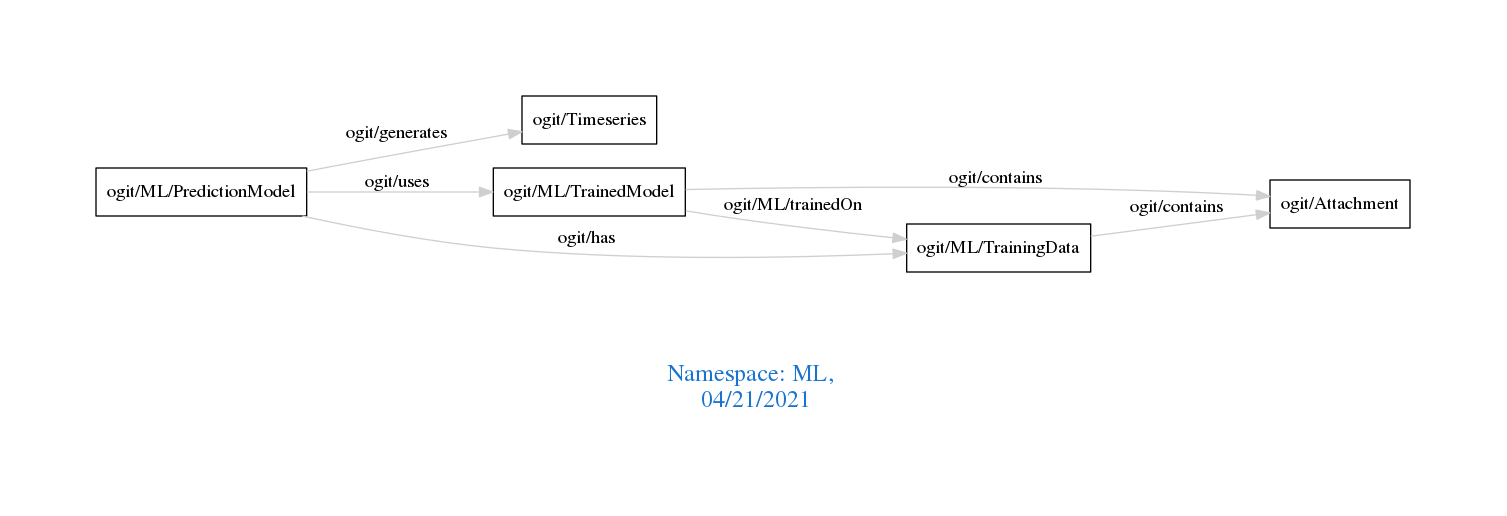
This is downloads/ML.png from arago/OGIT, a Graphviz export, as it was before one commit. Its source is kept beside it as downloads/ML.dot.
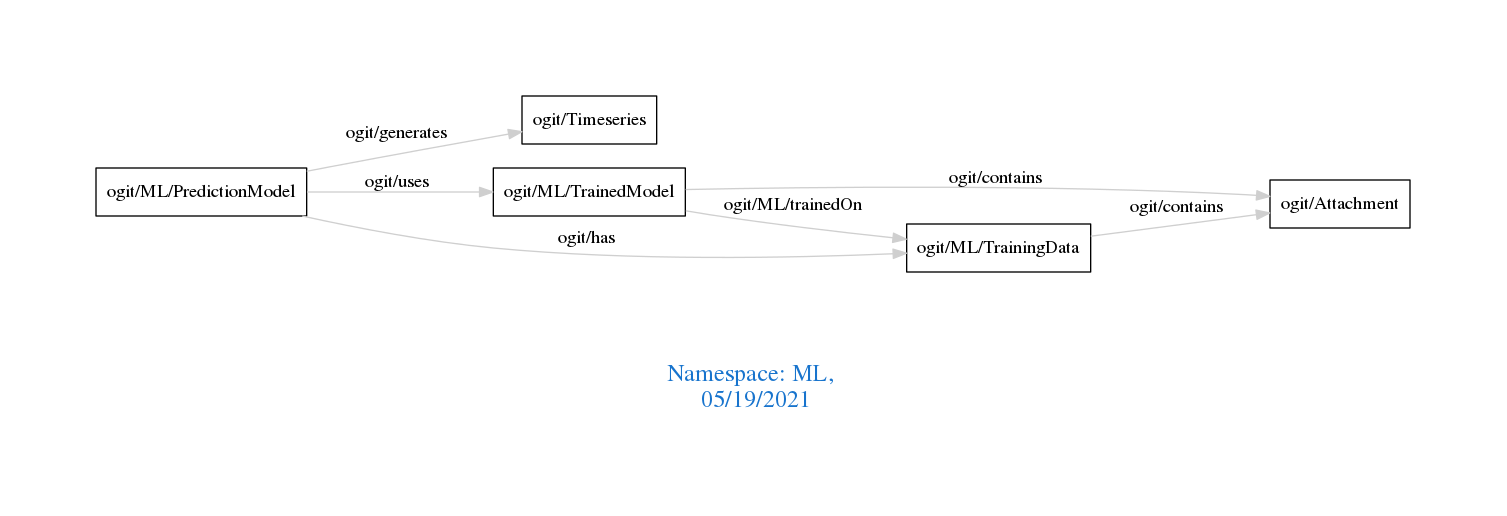
Above is the later version.

Change to the diagram source:
```diff
@@ -1,7 +1,7 @@
 digraph OGIT_ontology {
  graph [ rankdir= LR,pad=1
 fontsize = 18,
-fontcolor= dodgerblue3,label = "\n\n\nNamespace: ML, \n 04/21/2021"];
+fontcolor= dodgerblue3,label = "\n\n\nNamespace: ML, \n 05/19/2021"];
 node[shape=polygon];
 edge [  color="gray81"];
 
```
